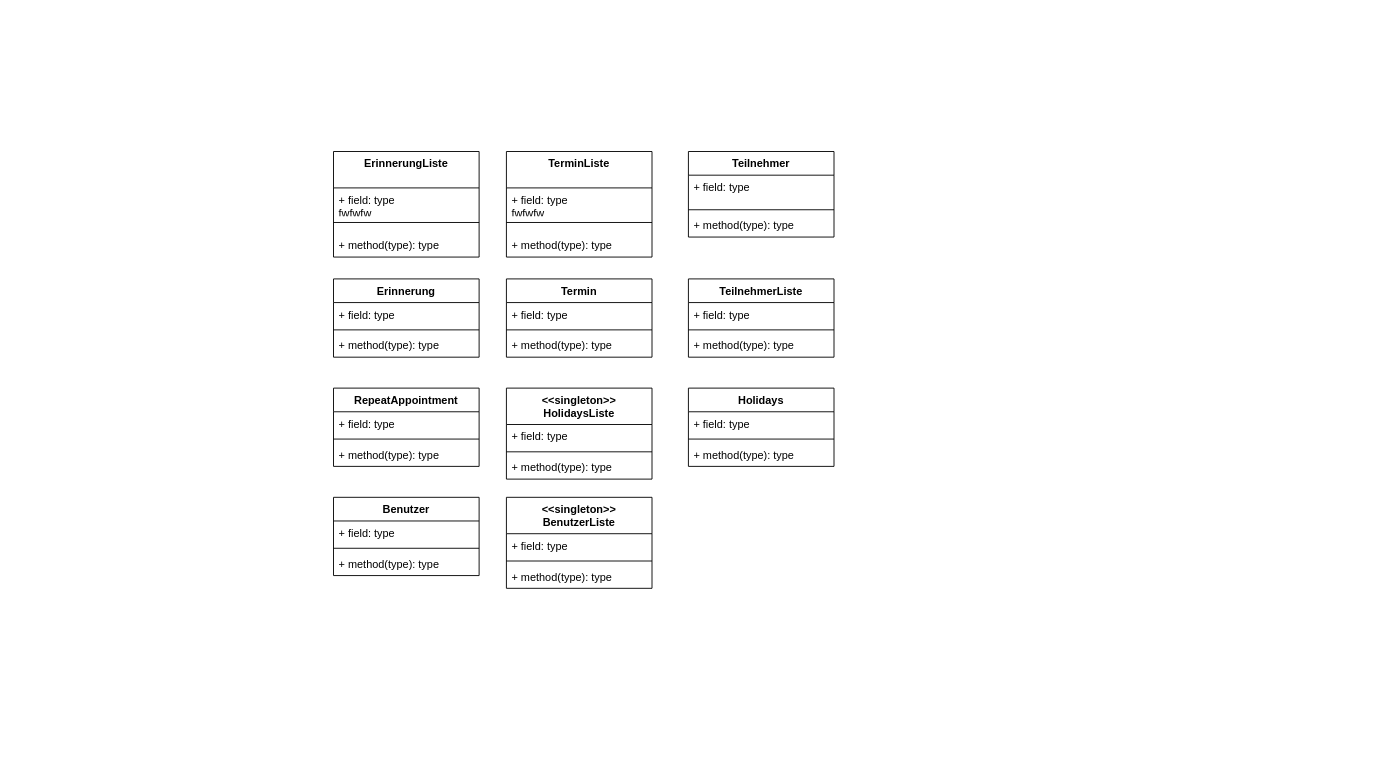
Before: page "Entwurfsmodell" (1 of 2) of Diagramme/Entwurfsklassendiagramm.drawio in Rock-Lex/TimeWise, a draw.io diagram. Source tidied: cells renumbered, new cells numbered last; positions are measured from the earlier drawing's top-left corner, leaving out a move shared by most shapes. Both pictures are drawn from the tidied source at 91%, with x=0, y=0 at pixel (333, 151).
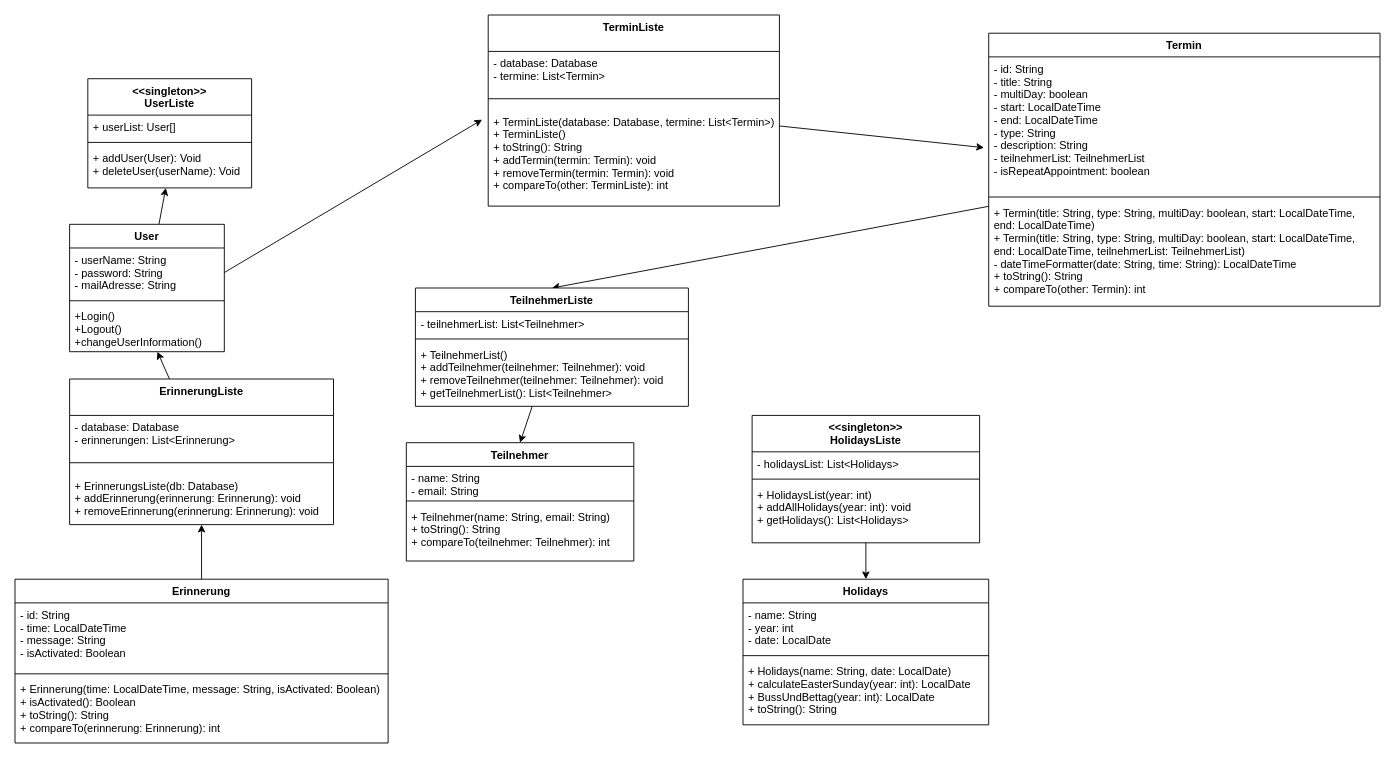
Above is the later version.

Commit message:
Diagramm weiter gemacht

What changed in the source:
```diff
@@
+    <mxCell id="46" style="edgeStyle=none;html=1;entryX=0.5;entryY=0;entryDx=0;entryDy=0;" parent="1" edge="1" source="2" target="18">
+      <mxGeometry relative="1" as="geometry" />
+    </mxCell>
     <mxCell id="2" value="Termin&#10;" style="swimlane;fontStyle=1;align=center;verticalAlign=top;horizontal=1;startSize=26;" parent="1" vertex="1">
-      <mxGeometry x="190" y="140" width="160" height="86" as="geometry" />
+      <mxGeometry x="720" y="-130" width="430" height="300" as="geometry" />
     </mxCell>
-    <mxCell id="3" value="+ field: type" style="text;strokeColor=none;fillColor=none;align=left;verticalAlign=top;spacingLeft=4;spacingRight=4;overflow=hidden;points=[[0,0.5],[1,0.5]];portConstraint=eastwest;" parent="2" vertex="1">
-      <mxGeometry y="26" width="160" height="26" as="geometry" />
+    <mxCell id="3" value="- id: String&#10;- title: String&#10;- multiDay: boolean&#10;- start: LocalDateTime&#10;- end: LocalDateTime&#10;- type: String&#10;- description: String&#10;- teilnehmerList: TeilnehmerList&#10;- isRepeatAppointment: boolean" style="text;strokeColor=none;fillColor=none;align=left;verticalAlign=top;spacingLeft=4;spacingRight=4;overflow=hidden;points=[[0,0.5],[1,0.5]];portConstraint=eastwest;" parent="2" vertex="1">
+      <mxGeometry y="26" width="430" height="150" as="geometry" />
     </mxCell>
     <mxCell id="4" style="line;strokeWidth=1;fillColor=none;align=left;verticalAlign=middle;spacingTop=-1;spacingLeft=3;spacingRight=3;labelPosition=right;strokeColor=inherit;" parent="2" vertex="1">
-      <mxGeometry y="52" width="160" height="8" as="geometry" />
+      <mxGeometry y="176" width="430" height="8" as="geometry" />
     </mxCell>
-    <mxCell id="5" value="+ method(type): type" style="text;strokeColor=none;fillColor=none;align=left;verticalAlign=top;spacingLeft=4;spacingRight=4;overflow=hidden;" parent="2" vertex="1">
-      <mxGeometry y="60" width="160" height="26" as="geometry" />
+    <mxCell id="5" value="+ Termin(title: String, type: String, multiDay: boolean, start: LocalDateTime, &#10;end: LocalDateTime)&#10;+ Termin(title: String, type: String, multiDay: boolean, start: LocalDateTime, &#10;end: LocalDateTime, teilnehmerList: TeilnehmerList)&#10;- dateTimeFormatter(date: String, time: String): LocalDateTime&#10;+ toString(): String&#10;+ compareTo(other: Termin): int" style="text;strokeColor=none;fillColor=none;align=left;verticalAlign=top;spacingLeft=4;spacingRight=4;overflow=hidden;" parent="2" vertex="1">
+      <mxGeometry y="184" width="430" height="116" as="geometry" />
     </mxCell>
+    <mxCell id="47" style="edgeStyle=none;html=1;" parent="1" edge="1" source="6" target="37">
+      <mxGeometry relative="1" as="geometry" />
+    </mxCell>
     <mxCell id="6" value="Erinnerung" style="swimlane;fontStyle=1;align=center;verticalAlign=top;horizontal=1;startSize=26;" parent="1" vertex="1">
-      <mxGeometry y="140" width="160" height="86" as="geometry" />
+      <mxGeometry x="-350" y="470" width="410" height="180" as="geometry" />
     </mxCell>
-    <mxCell id="7" value="+ field: type" style="text;strokeColor=none;fillColor=none;align=left;verticalAlign=top;spacingLeft=4;spacingRight=4;overflow=hidden;" parent="6" vertex="1">
-      <mxGeometry y="26" width="160" height="26" as="geometry" />
+    <mxCell id="7" value="- id: String&#10;- time: LocalDateTime&#10;- message: String&#10;- isActivated: Boolean" style="text;strokeColor=none;fillColor=none;align=left;verticalAlign=top;spacingLeft=4;spacingRight=4;overflow=hidden;" parent="6" vertex="1">
+      <mxGeometry y="26" width="410" height="74" as="geometry" />
     </mxCell>
     <mxCell id="8" style="line;strokeWidth=1;fillColor=none;align=left;verticalAlign=middle;spacingTop=-1;spacingLeft=3;spacingRight=3;labelPosition=right;strokeColor=inherit;" parent="6" vertex="1">
-      <mxGeometry y="52" width="160" height="8" as="geometry" />
+      <mxGeometry y="100" width="410" height="8" as="geometry" />
     </mxCell>
-    <mxCell id="9" value="+ method(type): type" style="text;strokeColor=none;fillColor=none;align=left;verticalAlign=top;spacingLeft=4;spacingRight=4;overflow=hidden;" parent="6" vertex="1">
-      <mxGeometry y="60" width="160" height="26" as="geometry" />
+    <mxCell id="9" value="+ Erinnerung(time: LocalDateTime, message: String, isActivated: Boolean)&#10;+ isActivated(): Boolean&#10;+ toString(): String&#10;+ compareTo(erinnerung: Erinnerung): int" style="text;strokeColor=none;fillColor=none;align=left;verticalAlign=top;spacingLeft=4;spacingRight=4;overflow=hidden;" parent="6" vertex="1">
+      <mxGeometry y="108" width="410" height="72" as="geometry" />
     </mxCell>
     <mxCell id="10" value="Holidays" style="swimlane;fontStyle=1;align=center;verticalAlign=top;horizontal=1;startSize=26;" parent="1" vertex="1">
-      <mxGeometry x="390" y="260" width="160" height="86" as="geometry" />
+      <mxGeometry x="450" y="470" width="270" height="160" as="geometry" />
     </mxCell>
-    <mxCell id="11" value="+ field: type" style="text;strokeColor=none;fillColor=none;align=left;verticalAlign=top;spacingLeft=4;spacingRight=4;overflow=hidden;" parent="10" vertex="1">
-      <mxGeometry y="26" width="160" height="26" as="geometry" />
+    <mxCell id="11" value="- name: String&#10;- year: int&#10;- date: LocalDate" style="text;strokeColor=none;fillColor=none;align=left;verticalAlign=top;spacingLeft=4;spacingRight=4;overflow=hidden;" parent="10" vertex="1">
+      <mxGeometry y="26" width="270" height="54" as="geometry" />
     </mxCell>
     <mxCell id="12" style="line;strokeWidth=1;fillColor=none;align=left;verticalAlign=middle;spacingTop=-1;spacingLeft=3;spacingRight=3;labelPosition=right;strokeColor=inherit;" parent="10" vertex="1">
-      <mxGeometry y="52" width="160" height="8" as="geometry" />
+      <mxGeometry y="80" width="270" height="8" as="geometry" />
     </mxCell>
-    <mxCell id="13" value="+ method(type): type" style="text;strokeColor=none;fillColor=none;align=left;verticalAlign=top;spacingLeft=4;spacingRight=4;overflow=hidden;" parent="10" vertex="1">
-      <mxGeometry y="60" width="160" height="26" as="geometry" />
+    <mxCell id="13" value="+ Holidays(name: String, date: LocalDate)&#10;+ calculateEasterSunday(year: int): LocalDate&#10;+ BussUndBettag(year: int): LocalDate&#10;+ toString(): String" style="text;strokeColor=none;fillColor=none;align=left;verticalAlign=top;spacingLeft=4;spacingRight=4;overflow=hidden;" parent="10" vertex="1">
+      <mxGeometry y="88" width="270" height="72" as="geometry" />
     </mxCell>
     <mxCell id="14" value="Teilnehmer&#10;" style="swimlane;fontStyle=1;align=center;verticalAlign=top;horizontal=1;startSize=26;" parent="1" vertex="1">
-      <mxGeometry x="390" width="160" height="94" as="geometry" />
+      <mxGeometry x="80" y="320" width="250" height="130" as="geometry" />
     </mxCell>
-    <mxCell id="15" value="+ field: type" style="text;strokeColor=none;fillColor=none;align=left;verticalAlign=top;spacingLeft=4;spacingRight=4;overflow=hidden;" parent="14" vertex="1">
-      <mxGeometry y="26" width="160" height="34" as="geometry" />
+    <mxCell id="15" value="- name: String&#10;- email: String" style="text;strokeColor=none;fillColor=none;align=left;verticalAlign=top;spacingLeft=4;spacingRight=4;overflow=hidden;" parent="14" vertex="1">
+      <mxGeometry y="26" width="250" height="34" as="geometry" />
     </mxCell>
     <mxCell id="16" style="line;strokeWidth=1;fillColor=none;align=left;verticalAlign=middle;spacingTop=-1;spacingLeft=3;spacingRight=3;labelPosition=right;strokeColor=inherit;" parent="14" vertex="1">
-      <mxGeometry y="60" width="160" height="8" as="geometry" />
+      <mxGeometry y="60" width="250" height="8" as="geometry" />
     </mxCell>
-    <mxCell id="17" value="+ method(type): type" style="text;strokeColor=none;fillColor=none;align=left;verticalAlign=top;spacingLeft=4;spacingRight=4;overflow=hidden;" parent="14" vertex="1">
-      <mxGeometry y="68" width="160" height="26" as="geometry" />
+    <mxCell id="17" value="+ Teilnehmer(name: String, email: String)&#10;+ toString(): String&#10;+ compareTo(teilnehmer: Teilnehmer): int" style="text;strokeColor=none;fillColor=none;align=left;verticalAlign=top;spacingLeft=4;spacingRight=4;overflow=hidden;" parent="14" vertex="1">
+      <mxGeometry y="68" width="250" height="62" as="geometry" />
     </mxCell>
+    <mxCell id="48" style="edgeStyle=none;html=1;entryX=0.5;entryY=0;entryDx=0;entryDy=0;" parent="1" edge="1" source="18" target="14">
+      <mxGeometry relative="1" as="geometry" />
+    </mxCell>
     <mxCell id="18" value="TeilnehmerListe" style="swimlane;fontStyle=1;align=center;verticalAlign=top;horizontal=1;startSize=26;" parent="1" vertex="1">
-      <mxGeometry x="390" y="140" width="160" height="86" as="geometry" />
+      <mxGeometry x="90" y="150" width="300" height="130" as="geometry" />
     </mxCell>
-    <mxCell id="19" value="+ field: type" style="text;strokeColor=none;fillColor=none;align=left;verticalAlign=top;spacingLeft=4;spacingRight=4;overflow=hidden;" parent="18" vertex="1">
-      <mxGeometry y="26" width="160" height="26" as="geometry" />
+    <mxCell id="19" value="- teilnehmerList: List&lt;Teilnehmer&gt;&#10;" style="text;strokeColor=none;fillColor=none;align=left;verticalAlign=top;spacingLeft=4;spacingRight=4;overflow=hidden;" parent="18" vertex="1">
+      <mxGeometry y="26" width="300" height="26" as="geometry" />
     </mxCell>
     <mxCell id="20" style="line;strokeWidth=1;fillColor=none;align=left;verticalAlign=middle;spacingTop=-1;spacingLeft=3;spacingRight=3;labelPosition=right;strokeColor=inherit;" parent="18" vertex="1">
-      <mxGeometry y="52" width="160" height="8" as="geometry" />
+      <mxGeometry y="52" width="300" height="8" as="geometry" />
     </mxCell>
-    <mxCell id="21" value="+ method(type): type" style="text;strokeColor=none;fillColor=none;align=left;verticalAlign=top;spacingLeft=4;spacingRight=4;overflow=hidden;" parent="18" vertex="1">
-      <mxGeometry y="60" width="160" height="26" as="geometry" />
+    <mxCell id="21" value="+ TeilnehmerList()&#10;+ addTeilnehmer(teilnehmer: Teilnehmer): void&#10;+ removeTeilnehmer(teilnehmer: Teilnehmer): void&#10;+ getTeilnehmerList(): List&lt;Teilnehmer&gt;" style="text;strokeColor=none;fillColor=none;align=left;verticalAlign=top;spacingLeft=4;spacingRight=4;overflow=hidden;" parent="18" vertex="1">
+      <mxGeometry y="60" width="300" height="70" as="geometry" />
     </mxCell>
-    <mxCell id="22" value="RepeatAppointment" style="swimlane;fontStyle=1;align=center;verticalAlign=top;horizontal=1;startSize=26;" parent="1" vertex="1">
-      <mxGeometry y="260" width="160" height="86" as="geometry" />
-    </mxCell>
-    <mxCell id="23" value="+ field: type" style="text;strokeColor=none;fillColor=none;align=left;verticalAlign=top;spacingLeft=4;spacingRight=4;overflow=hidden;" parent="22" vertex="1">
-      <mxGeometry y="26" width="160" height="26" as="geometry" />
-    </mxCell>
-    <mxCell id="24" style="line;strokeWidth=1;fillColor=none;align=left;verticalAlign=middle;spacingTop=-1;spacingLeft=3;spacingRight=3;labelPosition=right;strokeColor=inherit;" parent="22" vertex="1">
-      <mxGeometry y="52" width="160" height="8" as="geometry" />
-    </mxCell>
-    <mxCell id="25" value="+ method(type): type" style="text;strokeColor=none;fillColor=none;align=left;verticalAlign=top;spacingLeft=4;spacingRight=4;overflow=hidden;" parent="22" vertex="1">
-      <mxGeometry y="60" width="160" height="26" as="geometry" />
-    </mxCell>
+    <mxCell id="49" style="edgeStyle=none;html=1;" parent="1" edge="1" source="26" target="10">
+      <mxGeometry relative="1" as="geometry" />
+    </mxCell>
     <mxCell id="26" value="&lt;&lt;singleton&gt;&gt;&#10;HolidaysListe" style="swimlane;fontStyle=1;align=center;verticalAlign=top;horizontal=1;startSize=40;" parent="1" vertex="1">
-      <mxGeometry x="190" y="260" width="160" height="100" as="geometry" />
+      <mxGeometry x="460" y="290" width="250" height="140" as="geometry" />
     </mxCell>
-    <mxCell id="27" value="+ field: type" style="text;strokeColor=none;fillColor=none;align=left;verticalAlign=top;spacingLeft=4;spacingRight=4;overflow=hidden;" parent="26" vertex="1">
-      <mxGeometry y="40" width="160" height="26" as="geometry" />
+    <mxCell id="27" value="- holidaysList: List&lt;Holidays&gt;" style="text;strokeColor=none;fillColor=none;align=left;verticalAlign=top;spacingLeft=4;spacingRight=4;overflow=hidden;" parent="26" vertex="1">
+      <mxGeometry y="40" width="250" height="26" as="geometry" />
     </mxCell>
     <mxCell id="28" style="line;strokeWidth=1;fillColor=none;align=left;verticalAlign=middle;spacingTop=-1;spacingLeft=3;spacingRight=3;labelPosition=right;strokeColor=inherit;" parent="26" vertex="1">
-      <mxGeometry y="66" width="160" height="8" as="geometry" />
+      <mxGeometry y="66" width="250" height="8" as="geometry" />
     </mxCell>
-    <mxCell id="29" value="+ method(type): type" style="text;strokeColor=none;fillColor=none;align=left;verticalAlign=top;spacingLeft=4;spacingRight=4;overflow=hidden;" parent="26" vertex="1">
-      <mxGeometry y="74" width="160" height="26" as="geometry" />
+    <mxCell id="29" value="+ HolidaysList(year: int)&#10;+ addAllHolidays(year: int): void&#10;+ getHolidays(): List&lt;Holidays&gt;" style="text;strokeColor=none;fillColor=none;align=left;verticalAlign=top;spacingLeft=4;spacingRight=4;overflow=hidden;" parent="26" vertex="1">
+      <mxGeometry y="74" width="250" height="66" as="geometry" />
     </mxCell>
+    <mxCell id="50" style="edgeStyle=none;html=1;entryX=-0.012;entryY=0.665;entryDx=0;entryDy=0;entryPerimeter=0;" parent="1" edge="1" source="30" target="3">
+      <mxGeometry relative="1" as="geometry" />
+    </mxCell>
     <mxCell id="30" value="TerminListe" style="swimlane;fontStyle=1;align=center;verticalAlign=top;horizontal=1;startSize=40;fontSize=12;" parent="1" vertex="1">
-      <mxGeometry x="190" width="160" height="116" as="geometry" />
+      <mxGeometry x="170" y="-150" width="320" height="210" as="geometry" />
     </mxCell>
-    <mxCell id="31" value="+ field: type&#10;fwfwfw" style="text;strokeColor=none;fillColor=none;align=left;verticalAlign=top;spacingLeft=4;spacingRight=4;overflow=hidden;" parent="30" vertex="1">
-      <mxGeometry y="40" width="160" height="26" as="geometry" />
+    <mxCell id="31" value="- database: Database&#10;- termine: List&lt;Termin&gt;" style="text;strokeColor=none;fillColor=none;align=left;verticalAlign=top;spacingLeft=4;spacingRight=4;overflow=hidden;" parent="30" vertex="1">
+      <mxGeometry y="40" width="320" height="40" as="geometry" />
     </mxCell>
     <mxCell id="32" style="line;strokeWidth=1;fillColor=none;align=left;verticalAlign=middle;spacingTop=-1;spacingLeft=3;spacingRight=3;labelPosition=right;strokeColor=inherit;" parent="30" vertex="1">
-      <mxGeometry y="66" width="160" height="24" as="geometry" />
+      <mxGeometry y="80" width="320" height="24" as="geometry" />
     </mxCell>
-    <mxCell id="33" value="+ method(type): type" style="text;strokeColor=none;fillColor=none;align=left;verticalAlign=top;spacingLeft=4;spacingRight=4;overflow=hidden;points=[[0,0.5],[1,0.5]];portConstraint=eastwest;" parent="30" vertex="1">
-      <mxGeometry y="90" width="160" height="26" as="geometry" />
+    <mxCell id="33" value="+ TerminListe(database: Database, termine: List&lt;Termin&gt;)&#10;+ TerminListe()&#10;+ toString(): String&#10;+ addTermin(termin: Termin): void&#10;+ removeTermin(termin: Termin): void&#10;+ compareTo(other: TerminListe): int" style="text;strokeColor=none;fillColor=none;align=left;verticalAlign=top;spacingLeft=4;spacingRight=4;overflow=hidden;points=[[0,0.5],[1,0.5]];portConstraint=eastwest;" parent="30" vertex="1">
+      <mxGeometry y="104" width="320" height="106" as="geometry" />
     </mxCell>
+    <mxCell id="51" style="edgeStyle=none;html=1;" parent="1" edge="1" source="34" target="41">
+      <mxGeometry relative="1" as="geometry" />
+    </mxCell>
     <mxCell id="34" value="ErinnerungListe" style="swimlane;fontStyle=1;align=center;verticalAlign=top;horizontal=1;startSize=40;fontSize=12;" parent="1" vertex="1">
-      <mxGeometry width="160" height="116" as="geometry" />
+      <mxGeometry x="-290" y="250" width="290" height="160" as="geometry" />
     </mxCell>
-    <mxCell id="35" value="+ field: type&#10;fwfwfw" style="text;strokeColor=none;fillColor=none;align=left;verticalAlign=top;spacingLeft=4;spacingRight=4;overflow=hidden;" parent="34" vertex="1">
-      <mxGeometry y="40" width="160" height="26" as="geometry" />
+    <mxCell id="35" value="- database: Database&#10;- erinnerungen: List&lt;Erinnerung&gt;&#10;" style="text;strokeColor=none;fillColor=none;align=left;verticalAlign=top;spacingLeft=4;spacingRight=4;overflow=hidden;" parent="34" vertex="1">
+      <mxGeometry y="40" width="290" height="40" as="geometry" />
     </mxCell>
     <mxCell id="36" style="line;strokeWidth=1;fillColor=none;align=left;verticalAlign=middle;spacingTop=-1;spacingLeft=3;spacingRight=3;labelPosition=right;strokeColor=inherit;" parent="34" vertex="1">
-      <mxGeometry y="66" width="160" height="24" as="geometry" />
+      <mxGeometry y="80" width="290" height="24" as="geometry" />
     </mxCell>
-    <mxCell id="37" value="+ method(type): type" style="text;strokeColor=none;fillColor=none;align=left;verticalAlign=top;spacingLeft=4;spacingRight=4;overflow=hidden;points=[[0,0.5],[1,0.5]];portConstraint=eastwest;" parent="34" vertex="1">
-      <mxGeometry y="90" width="160" height="26" as="geometry" />
+    <mxCell id="37" value="+ ErinnerungsListe(db: Database)&#10;+ addErinnerung(erinnerung: Erinnerung): void&#10;+ removeErinnerung(erinnerung: Erinnerung): void&#10;" style="text;strokeColor=none;fillColor=none;align=left;verticalAlign=top;spacingLeft=4;spacingRight=4;overflow=hidden;points=[[0,0.5],[1,0.5]];portConstraint=eastwest;" parent="34" vertex="1">
+      <mxGeometry y="104" width="290" height="56" as="geometry" />
     </mxCell>
+    <mxCell id="52" style="edgeStyle=none;html=1;" parent="1" edge="1" source="38" target="45">
+      <mxGeometry relative="1" as="geometry" />
+    </mxCell>
-    <mxCell id="38" value="Benutzer" style="swimlane;fontStyle=1;align=center;verticalAlign=top;horizontal=1;startSize=26;" parent="1" vertex="1">
-      <mxGeometry y="380" width="160" height="86" as="geometry" />
+    <mxCell id="38" value="User" style="swimlane;fontStyle=1;align=center;verticalAlign=top;horizontal=1;startSize=26;" parent="1" vertex="1">
+      <mxGeometry x="-290" y="80" width="170" height="140" as="geometry" />
     </mxCell>
-    <mxCell id="39" value="+ field: type" style="text;strokeColor=none;fillColor=none;align=left;verticalAlign=top;spacingLeft=4;spacingRight=4;overflow=hidden;points=[[0,0.5],[1,0.5]];portConstraint=eastwest;" parent="38" vertex="1">
-      <mxGeometry y="26" width="160" height="26" as="geometry" />
+    <mxCell id="39" value="- userName: String&#10;- password: String&#10;- mailAdresse: String" style="text;strokeColor=none;fillColor=none;align=left;verticalAlign=top;spacingLeft=4;spacingRight=4;overflow=hidden;points=[[0,0.5],[1,0.5]];portConstraint=eastwest;" parent="38" vertex="1">
+      <mxGeometry y="26" width="170" height="54" as="geometry" />
     </mxCell>
     <mxCell id="40" style="line;strokeWidth=1;fillColor=none;align=left;verticalAlign=middle;spacingTop=-1;spacingLeft=3;spacingRight=3;labelPosition=right;strokeColor=inherit;" parent="38" vertex="1">
-      <mxGeometry y="52" width="160" height="8" as="geometry" />
+      <mxGeometry y="80" width="170" height="8" as="geometry" />
     </mxCell>
-    <mxCell id="41" value="+ method(type): type" style="text;strokeColor=none;fillColor=none;align=left;verticalAlign=top;spacingLeft=4;spacingRight=4;overflow=hidden;points=[[0,0.5],[1,0.5]];portConstraint=eastwest;" parent="38" vertex="1">
-      <mxGeometry y="60" width="160" height="26" as="geometry" />
+    <mxCell id="41" value="+Login()&#10;+Logout()&#10;+changeUserInformation()" style="text;strokeColor=none;fillColor=none;align=left;verticalAlign=top;spacingLeft=4;spacingRight=4;overflow=hidden;points=[[0,0.5],[1,0.5]];portConstraint=eastwest;" parent="38" vertex="1">
+      <mxGeometry y="88" width="170" height="52" as="geometry" />
     </mxCell>
-    <mxCell id="42" value="&lt;&lt;singleton&gt;&gt;&#10;BenutzerListe" style="swimlane;fontStyle=1;align=center;verticalAlign=top;horizontal=1;startSize=40;" parent="1" vertex="1">
-      <mxGeometry x="190" y="380" width="160" height="100" as="geometry" />
+    <mxCell id="42" value="&lt;&lt;singleton&gt;&gt;&#10;UserListe" style="swimlane;fontStyle=1;align=center;verticalAlign=top;horizontal=1;startSize=40;" parent="1" vertex="1">
+      <mxGeometry x="-270" y="-80" width="180" height="120" as="geometry" />
     </mxCell>
-    <mxCell id="43" value="+ field: type" style="text;strokeColor=none;fillColor=none;align=left;verticalAlign=top;spacingLeft=4;spacingRight=4;overflow=hidden;" parent="42" vertex="1">
-      <mxGeometry y="40" width="160" height="26" as="geometry" />
+    <mxCell id="43" value="+ userList: User[]" style="text;strokeColor=none;fillColor=none;align=left;verticalAlign=top;spacingLeft=4;spacingRight=4;overflow=hidden;" parent="42" vertex="1">
+      <mxGeometry y="40" width="180" height="26" as="geometry" />
     </mxCell>
     <mxCell id="44" style="line;strokeWidth=1;fillColor=none;align=left;verticalAlign=middle;spacingTop=-1;spacingLeft=3;spacingRight=3;labelPosition=right;strokeColor=inherit;" parent="42" vertex="1">
-      <mxGeometry y="66" width="160" height="8" as="geometry" />
+      <mxGeometry y="66" width="180" height="8" as="geometry" />
     </mxCell>
-    <mxCell id="45" value="+ method(type): type" style="text;strokeColor=none;fillColor=none;align=left;verticalAlign=top;spacingLeft=4;spacingRight=4;overflow=hidden;points=[[0,0.5],[1,0.5]];portConstraint=eastwest;" parent="42" vertex="1">
-      <mxGeometry y="74" width="160" height="26" as="geometry" />
+    <mxCell id="45" value="+ addUser(User): Void&#10;+ deleteUser(userName): Void" style="text;strokeColor=none;fillColor=none;align=left;verticalAlign=top;spacingLeft=4;spacingRight=4;overflow=hidden;points=[[0,0.5],[1,0.5]];portConstraint=eastwest;" parent="42" vertex="1">
+      <mxGeometry y="74" width="180" height="46" as="geometry" />
     </mxCell>
+    <mxCell id="53" style="edgeStyle=none;html=1;entryX=-0.021;entryY=0.104;entryDx=0;entryDy=0;exitX=1;exitY=0.5;exitDx=0;exitDy=0;entryPerimeter=0;" parent="1" edge="1" source="39" target="33">
+      <mxGeometry relative="1" as="geometry" />
+    </mxCell>
```
